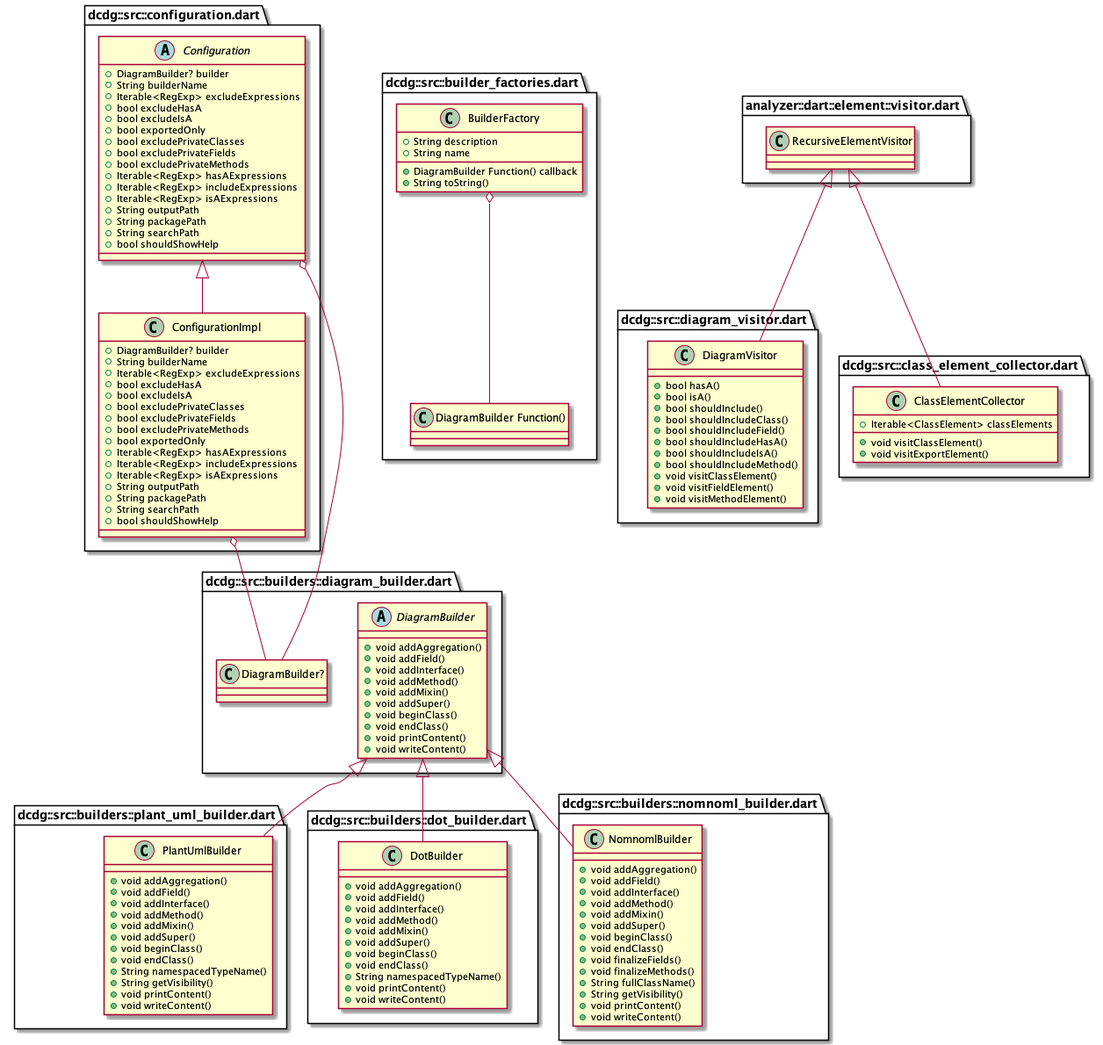
Before: example/dcdg.png, a diagram exported from PlantUML (glesica/dcdg.dart).
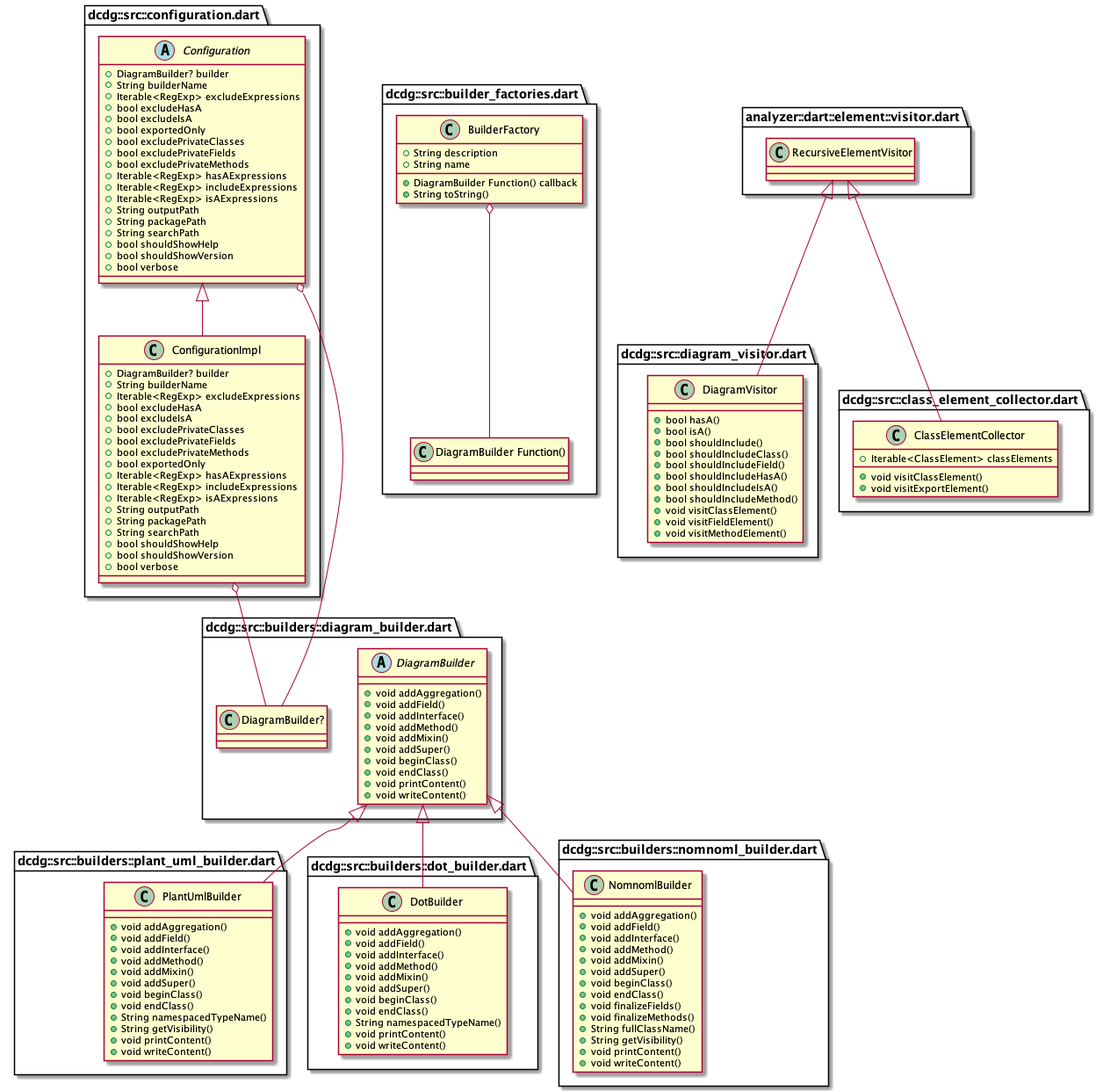
The same diagram one commit later.

The edit, as a diff of the source:
```diff
@@ -92,6 +92,8 @@
   +String packagePath
   +String searchPath
   +bool shouldShowHelp
+  +bool shouldShowVersion
+  +bool verbose
 }
 
 "dcdg::src::configuration.dart::Configuration" o-- "dcdg::src::builders::diagram_builder.dart::DiagramBuilder?"
@@ -113,6 +115,8 @@
   +String packagePath
   +String searchPath
   +bool shouldShowHelp
+  +bool shouldShowVersion
+  +bool verbose
 }
 
 "dcdg::src::configuration.dart::ConfigurationImpl" o-- "dcdg::src::builders::diagram_builder.dart::DiagramBuilder?"
```
